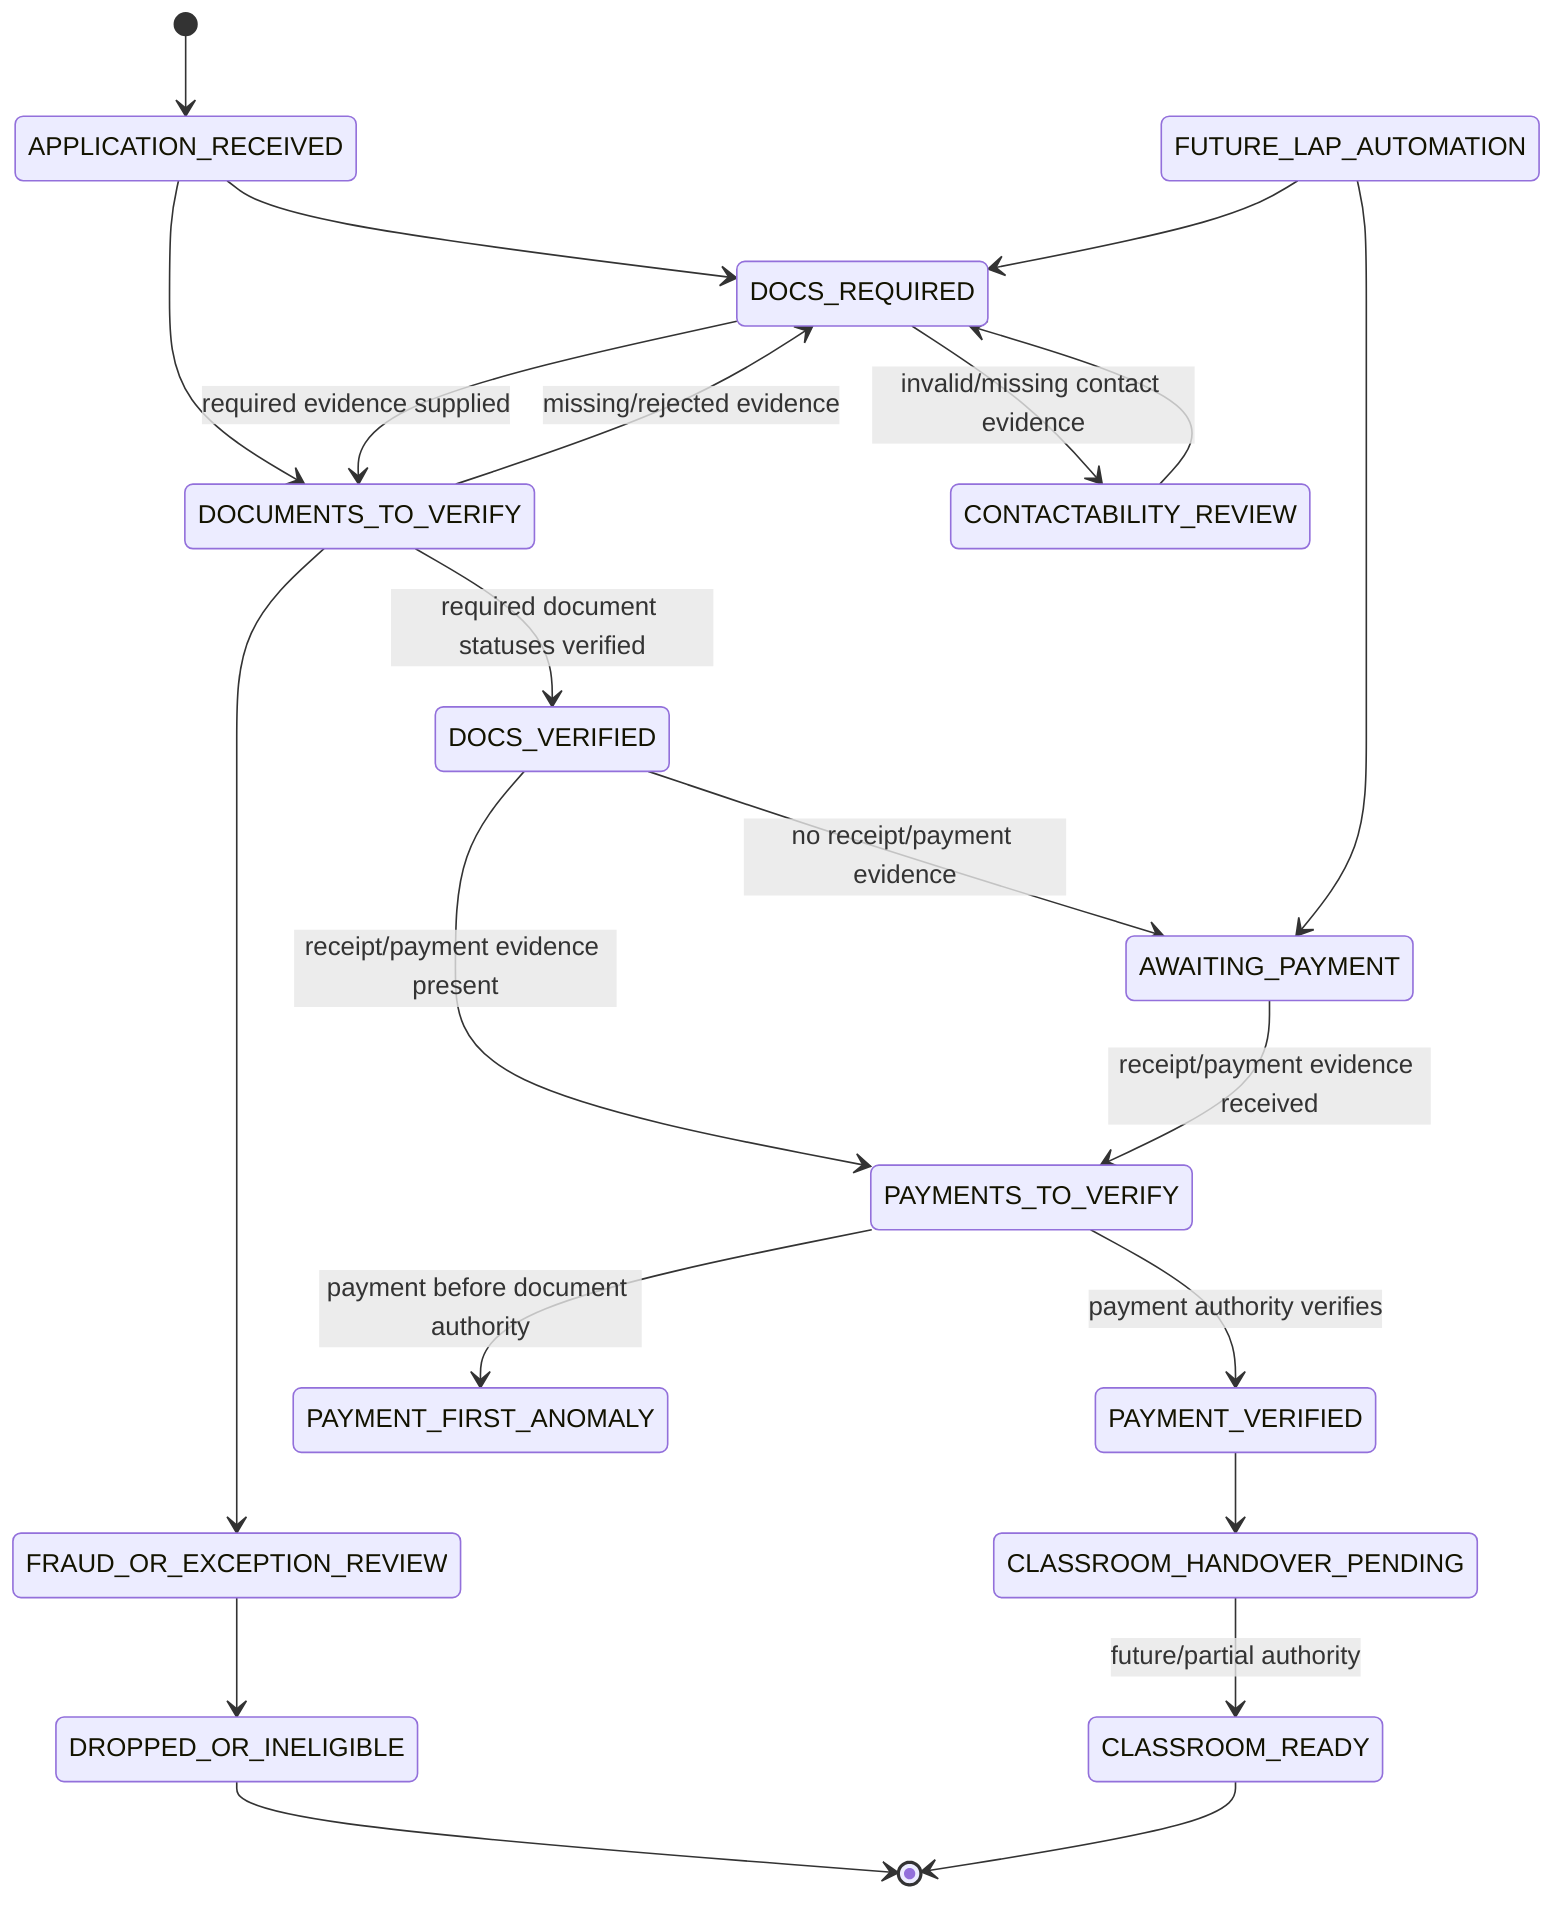
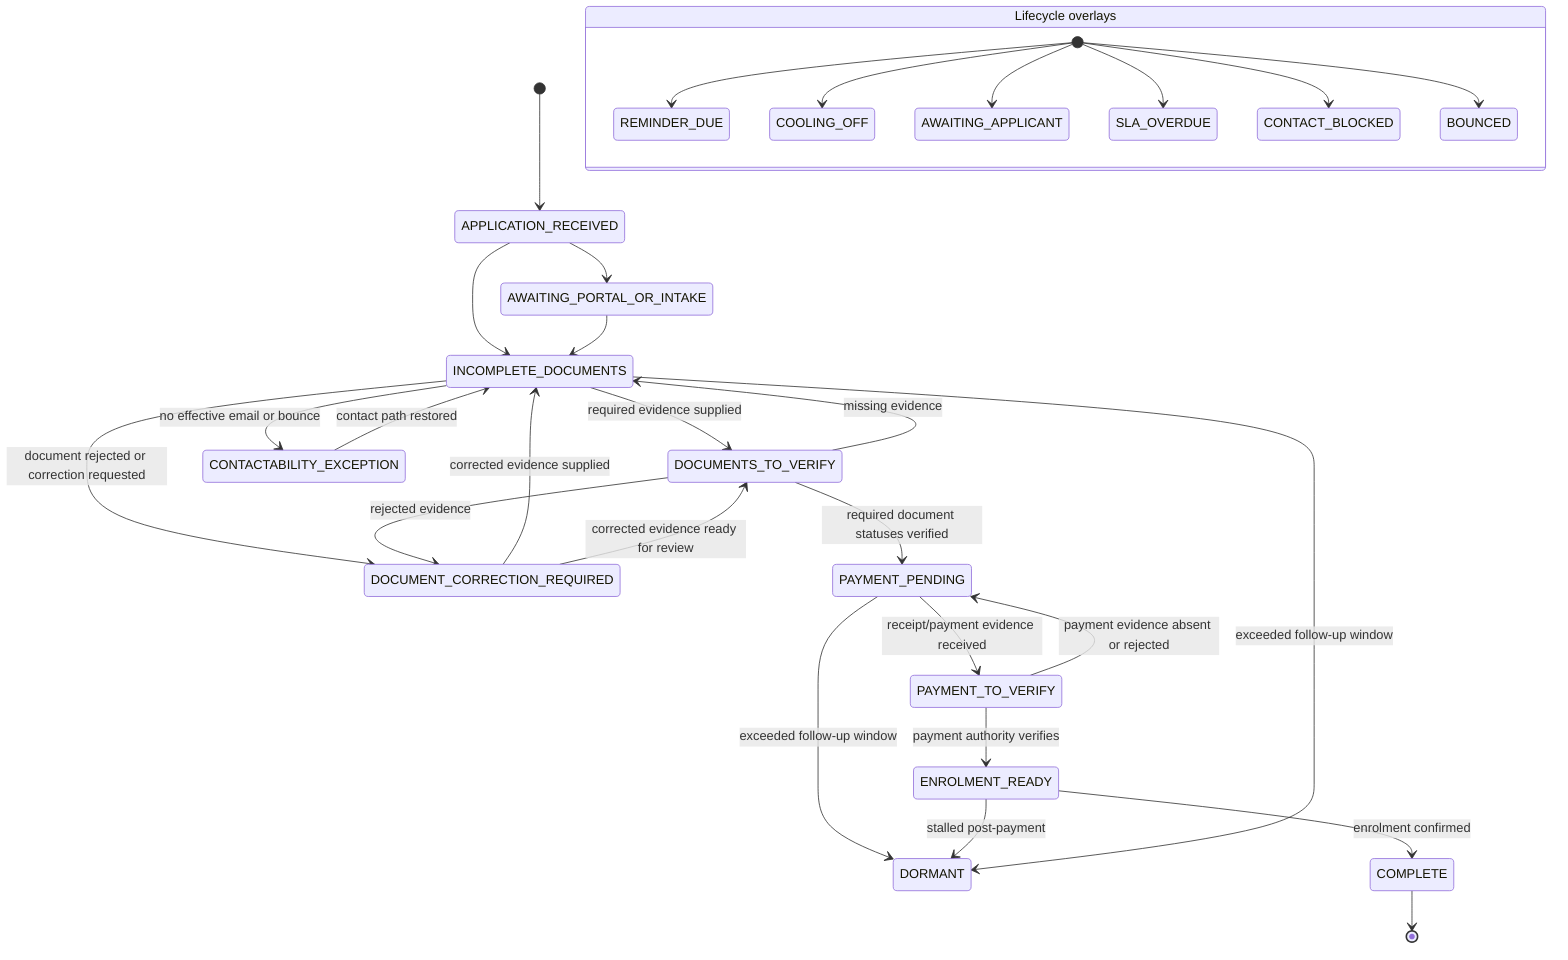
stateDiagram-v2
  [*] --> APPLICATION_RECEIVED
-   APPLICATION_RECEIVED --> DOCS_REQUIRED
-   APPLICATION_RECEIVED --> DOCUMENTS_TO_VERIFY
+   APPLICATION_RECEIVED --> AWAITING_PORTAL_OR_INTAKE
+   APPLICATION_RECEIVED --> INCOMPLETE_DOCUMENTS
+   AWAITING_PORTAL_OR_INTAKE --> INCOMPLETE_DOCUMENTS

-   DOCS_REQUIRED --> DOCUMENTS_TO_VERIFY: required evidence supplied
-   DOCS_REQUIRED --> CONTACTABILITY_REVIEW: invalid/missing contact evidence
+   INCOMPLETE_DOCUMENTS --> DOCUMENTS_TO_VERIFY: required evidence supplied
+   INCOMPLETE_DOCUMENTS --> DOCUMENT_CORRECTION_REQUIRED: document rejected or correction requested
+   INCOMPLETE_DOCUMENTS --> CONTACTABILITY_EXCEPTION: no effective email or bounce

-   DOCUMENTS_TO_VERIFY --> DOCS_VERIFIED: required document statuses verified
-   DOCUMENTS_TO_VERIFY --> DOCS_REQUIRED: missing/rejected evidence
-   DOCUMENTS_TO_VERIFY --> FRAUD_OR_EXCEPTION_REVIEW
+   DOCUMENT_CORRECTION_REQUIRED --> INCOMPLETE_DOCUMENTS: corrected evidence supplied
+   DOCUMENT_CORRECTION_REQUIRED --> DOCUMENTS_TO_VERIFY: corrected evidence ready for review

-   DOCS_VERIFIED --> AWAITING_PAYMENT: no receipt/payment evidence
-   DOCS_VERIFIED --> PAYMENTS_TO_VERIFY: receipt/payment evidence present
+   DOCUMENTS_TO_VERIFY --> PAYMENT_PENDING: required document statuses verified
+   DOCUMENTS_TO_VERIFY --> INCOMPLETE_DOCUMENTS: missing evidence
+   DOCUMENTS_TO_VERIFY --> DOCUMENT_CORRECTION_REQUIRED: rejected evidence

-   AWAITING_PAYMENT --> PAYMENTS_TO_VERIFY: receipt/payment evidence received
-   PAYMENTS_TO_VERIFY --> PAYMENT_VERIFIED: payment authority verifies
-   PAYMENTS_TO_VERIFY --> PAYMENT_FIRST_ANOMALY: payment before document authority
+   PAYMENT_PENDING --> PAYMENT_TO_VERIFY: receipt/payment evidence received
+   PAYMENT_PENDING --> DORMANT: exceeded follow-up window
+   PAYMENT_TO_VERIFY --> ENROLMENT_READY: payment authority verifies
+   PAYMENT_TO_VERIFY --> PAYMENT_PENDING: payment evidence absent or rejected

-   PAYMENT_VERIFIED --> CLASSROOM_HANDOVER_PENDING
-   CLASSROOM_HANDOVER_PENDING --> CLASSROOM_READY: future/partial authority
+   ENROLMENT_READY --> COMPLETE: enrolment confirmed
+   ENROLMENT_READY --> DORMANT: stalled post-payment

-   CONTACTABILITY_REVIEW --> DOCS_REQUIRED
-   FRAUD_OR_EXCEPTION_REVIEW --> DROPPED_OR_INELIGIBLE
-   DROPPED_OR_INELIGIBLE --> [*]
+   CONTACTABILITY_EXCEPTION --> INCOMPLETE_DOCUMENTS: contact path restored
+   INCOMPLETE_DOCUMENTS --> DORMANT: exceeded follow-up window

-   CLASSROOM_READY --> [*]
+   COMPLETE --> [*]

-   state FUTURE_LAP_AUTOMATION
-   FUTURE_LAP_AUTOMATION --> DOCS_REQUIRED
-   FUTURE_LAP_AUTOMATION --> AWAITING_PAYMENT
+   state "Lifecycle overlays" as OVERLAYS {
+     [*] --> REMINDER_DUE
+     [*] --> COOLING_OFF
+     [*] --> AWAITING_APPLICANT
+     [*] --> SLA_OVERDUE
+     [*] --> CONTACT_BLOCKED
+     [*] --> BOUNCED
+   }
